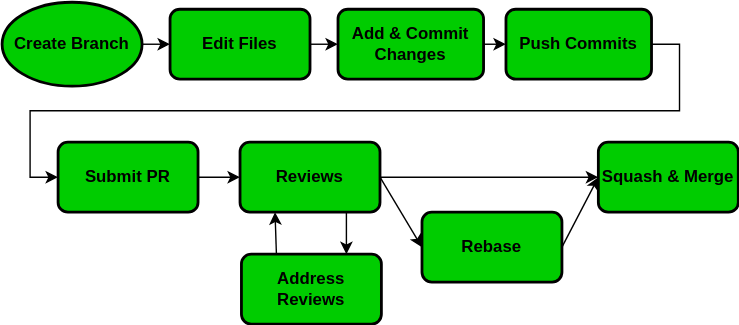
Above: tutorials/git/img/git-process.drawio.svg in YehudaRothstein/excaliburfrc.github.io (draw.io), before the change. Source tidied: cells renumbered, new cells last; positions are measured from the earlier drawing's top-left corner, leaving out a move shared by most shapes.
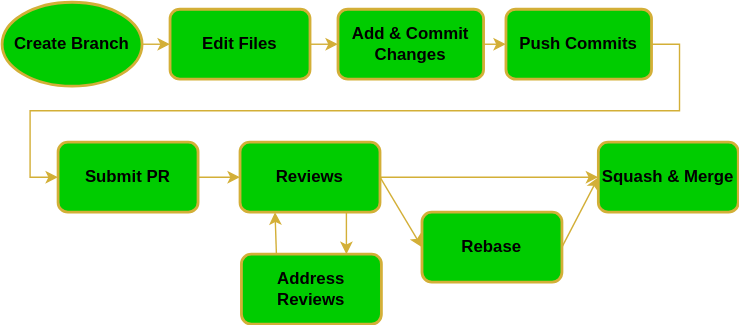
Later version of the same file.

The edit, as a diff of the source:
```diff
@@ -2,61 +2,61 @@
   <root>
     <mxCell id="0" />
     <mxCell id="1" parent="0" />
-    <mxCell id="2" value="&lt;b&gt;Create Branch&lt;/b&gt;" style="strokeWidth=2;html=1;shape=mxgraph.flowchart.start_1;whiteSpace=wrap;fillColor=#00CC00;" parent="1" vertex="1">
+    <mxCell id="2" value="&lt;b&gt;Create Branch&lt;/b&gt;" style="strokeWidth=2;html=1;shape=mxgraph.flowchart.start_1;whiteSpace=wrap;fillColor=#00CC00;strokeColor=#d3af37;" parent="1" vertex="1">
       <mxGeometry width="100" height="60" as="geometry" />
     </mxCell>
-    <mxCell id="3" style="endArrow=classic;html=1;exitX=1;exitY=0.5;exitDx=0;exitDy=0;exitPerimeter=0;entryX=0;entryY=0.5;entryDx=0;entryDy=0;" parent="1" edge="1" source="2" target="4">
+    <mxCell id="3" style="endArrow=classic;html=1;exitX=1;exitY=0.5;exitDx=0;exitDy=0;exitPerimeter=0;entryX=0;entryY=0.5;entryDx=0;entryDy=0;strokeColor=#d3af37;" parent="1" edge="1" source="2" target="4">
       <mxGeometry relative="1" as="geometry" />
     </mxCell>
-    <mxCell id="4" value="&lt;b&gt;Edit Files&lt;/b&gt;" style="rounded=1;whiteSpace=wrap;html=1;absoluteArcSize=1;arcSize=14;strokeWidth=2;fillColor=#00CC00;" parent="1" vertex="1">
+    <mxCell id="4" value="&lt;b&gt;Edit Files&lt;/b&gt;" style="rounded=1;whiteSpace=wrap;html=1;absoluteArcSize=1;arcSize=14;strokeWidth=2;fillColor=#00CC00;strokeColor=#d3af37;" parent="1" vertex="1">
       <mxGeometry x="120" y="5" width="100" height="50" as="geometry" />
     </mxCell>
-    <mxCell id="5" style="endArrow=classic;html=1;entryX=0;entryY=0.5;entryDx=0;entryDy=0;exitX=1;exitY=0.5;exitDx=0;exitDy=0;" parent="1" edge="1" source="4" target="6">
+    <mxCell id="5" style="endArrow=classic;html=1;entryX=0;entryY=0.5;entryDx=0;entryDy=0;exitX=1;exitY=0.5;exitDx=0;exitDy=0;strokeColor=#d3af37;" parent="1" edge="1" source="4" target="6">
       <mxGeometry relative="1" as="geometry" />
     </mxCell>
-    <mxCell id="6" value="&lt;b&gt;Add &amp;amp; Commit Changes&lt;/b&gt;" style="rounded=1;whiteSpace=wrap;html=1;absoluteArcSize=1;arcSize=14;strokeWidth=2;fillColor=#00CC00;" parent="1" vertex="1">
+    <mxCell id="6" value="&lt;b&gt;Add &amp;amp; Commit Changes&lt;/b&gt;" style="rounded=1;whiteSpace=wrap;html=1;absoluteArcSize=1;arcSize=14;strokeWidth=2;fillColor=#00CC00;strokeColor=#d3af37;" parent="1" vertex="1">
       <mxGeometry x="240" y="5" width="104" height="50" as="geometry" />
     </mxCell>
-    <mxCell id="7" style="endArrow=classic;html=1;exitX=1;exitY=0.5;exitDx=0;exitDy=0;entryX=0;entryY=0.5;entryDx=0;entryDy=0;" parent="1" edge="1" source="6" target="9">
+    <mxCell id="7" style="endArrow=classic;html=1;exitX=1;exitY=0.5;exitDx=0;exitDy=0;entryX=0;entryY=0.5;entryDx=0;entryDy=0;strokeColor=#d3af37;" parent="1" edge="1" source="6" target="9">
       <mxGeometry relative="1" as="geometry" />
     </mxCell>
-    <mxCell id="8" style="edgeStyle=orthogonalEdgeStyle;rounded=0;jettySize=auto;html=1;exitX=1;exitY=0.5;exitDx=0;exitDy=0;entryX=0;entryY=0.5;entryDx=0;entryDy=0;" parent="1" edge="1" source="9" target="10">
+    <mxCell id="8" style="edgeStyle=orthogonalEdgeStyle;rounded=0;jettySize=auto;html=1;exitX=1;exitY=0.5;exitDx=0;exitDy=0;entryX=0;entryY=0.5;entryDx=0;entryDy=0;strokeColor=#d3af37;" parent="1" edge="1" source="9" target="10">
       <mxGeometry relative="1" as="geometry" />
     </mxCell>
-    <mxCell id="9" value="&lt;b&gt;Push Commits&lt;/b&gt;" style="rounded=1;whiteSpace=wrap;html=1;absoluteArcSize=1;arcSize=14;strokeWidth=2;fillColor=#00CC00;" parent="1" vertex="1">
+    <mxCell id="9" value="&lt;b&gt;Push Commits&lt;/b&gt;" style="rounded=1;whiteSpace=wrap;html=1;absoluteArcSize=1;arcSize=14;strokeWidth=2;fillColor=#00CC00;strokeColor=#d3af37;" parent="1" vertex="1">
       <mxGeometry x="360" y="5" width="104" height="50" as="geometry" />
     </mxCell>
-    <mxCell id="10" value="&lt;b&gt;Submit PR&lt;/b&gt;" style="rounded=1;whiteSpace=wrap;html=1;absoluteArcSize=1;arcSize=14;strokeWidth=2;fillColor=#00CC00;" parent="1" vertex="1">
+    <mxCell id="10" value="&lt;b&gt;Submit PR&lt;/b&gt;" style="rounded=1;whiteSpace=wrap;html=1;absoluteArcSize=1;arcSize=14;strokeWidth=2;fillColor=#00CC00;strokeColor=#d3af37;" parent="1" vertex="1">
       <mxGeometry x="40" y="100" width="100" height="50" as="geometry" />
     </mxCell>
-    <mxCell id="11" style="endArrow=classic;html=1;entryX=0;entryY=0.5;entryDx=0;entryDy=0;exitX=1;exitY=0.5;exitDx=0;exitDy=0;" parent="1" edge="1" source="10" target="13">
+    <mxCell id="11" style="endArrow=classic;html=1;entryX=0;entryY=0.5;entryDx=0;entryDy=0;exitX=1;exitY=0.5;exitDx=0;exitDy=0;strokeColor=#d3af37;" parent="1" edge="1" source="10" target="13">
       <mxGeometry relative="1" as="geometry" />
     </mxCell>
-    <mxCell id="12" style="edgeStyle=orthogonalEdgeStyle;rounded=0;jettySize=auto;html=1;exitX=0.75;exitY=1;exitDx=0;exitDy=0;entryX=0.75;entryY=0;entryDx=0;entryDy=0;" parent="1" edge="1" source="13" target="15">
+    <mxCell id="12" style="edgeStyle=orthogonalEdgeStyle;rounded=0;jettySize=auto;html=1;exitX=0.75;exitY=1;exitDx=0;exitDy=0;entryX=0.75;entryY=0;entryDx=0;entryDy=0;strokeColor=#d3af37;" parent="1" edge="1" source="13" target="15">
       <mxGeometry relative="1" as="geometry" />
     </mxCell>
-    <mxCell id="13" value="&lt;b&gt;Reviews&lt;/b&gt;" style="rounded=1;whiteSpace=wrap;html=1;absoluteArcSize=1;arcSize=14;strokeWidth=2;fillColor=#00CC00;" parent="1" vertex="1">
+    <mxCell id="13" value="&lt;b&gt;Reviews&lt;/b&gt;" style="rounded=1;whiteSpace=wrap;html=1;absoluteArcSize=1;arcSize=14;strokeWidth=2;fillColor=#00CC00;strokeColor=#d3af37;" parent="1" vertex="1">
       <mxGeometry x="170" y="100" width="100" height="50" as="geometry" />
     </mxCell>
-    <mxCell id="14" style="endArrow=classic;html=1;entryX=0.25;entryY=1;entryDx=0;entryDy=0;exitX=0.25;exitY=0;exitDx=0;exitDy=0;" parent="1" edge="1" source="15" target="13">
+    <mxCell id="14" style="endArrow=classic;html=1;entryX=0.25;entryY=1;entryDx=0;entryDy=0;exitX=0.25;exitY=0;exitDx=0;exitDy=0;strokeColor=#d3af37;" parent="1" edge="1" source="15" target="13">
       <mxGeometry relative="1" as="geometry" />
     </mxCell>
-    <mxCell id="15" value="Address Reviews" style="rounded=1;whiteSpace=wrap;html=1;absoluteArcSize=1;arcSize=14;strokeWidth=2;fillColor=#00CC00;fontStyle=1;" parent="1" vertex="1">
+    <mxCell id="15" value="Address Reviews" style="rounded=1;whiteSpace=wrap;html=1;absoluteArcSize=1;arcSize=14;strokeWidth=2;fillColor=#00CC00;fontStyle=1;strokeColor=#d3af37;" parent="1" vertex="1">
       <mxGeometry x="171" y="180" width="100" height="50" as="geometry" />
     </mxCell>
-    <mxCell id="16" value="&lt;b&gt;Rebase&lt;/b&gt;" style="rounded=1;whiteSpace=wrap;html=1;absoluteArcSize=1;arcSize=14;strokeWidth=2;fillColor=#00CC00;" parent="1" vertex="1">
+    <mxCell id="16" value="&lt;b&gt;Rebase&lt;/b&gt;" style="rounded=1;whiteSpace=wrap;html=1;absoluteArcSize=1;arcSize=14;strokeWidth=2;fillColor=#00CC00;strokeColor=#d3af37;" parent="1" vertex="1">
       <mxGeometry x="300" y="150" width="100" height="50" as="geometry" />
     </mxCell>
-    <mxCell id="17" style="endArrow=classic;html=1;exitX=1;exitY=0.5;exitDx=0;exitDy=0;entryX=0;entryY=0.5;entryDx=0;entryDy=0;" parent="1" edge="1" source="13" target="16">
+    <mxCell id="17" style="endArrow=classic;html=1;exitX=1;exitY=0.5;exitDx=0;exitDy=0;entryX=0;entryY=0.5;entryDx=0;entryDy=0;strokeColor=#d3af37;" parent="1" edge="1" source="13" target="16">
       <mxGeometry relative="1" as="geometry" />
     </mxCell>
-    <mxCell id="18" style="endArrow=classic;html=1;entryX=0;entryY=0.5;entryDx=0;entryDy=0;exitX=1;exitY=0.5;exitDx=0;exitDy=0;" parent="1" edge="1" source="13" target="19">
+    <mxCell id="18" style="endArrow=classic;html=1;entryX=0;entryY=0.5;entryDx=0;entryDy=0;exitX=1;exitY=0.5;exitDx=0;exitDy=0;strokeColor=#d3af37;" parent="1" edge="1" source="13" target="19">
       <mxGeometry relative="1" as="geometry" />
     </mxCell>
-    <mxCell id="19" value="&lt;b&gt;Squash &amp;amp; Merge&lt;/b&gt;" style="rounded=1;whiteSpace=wrap;html=1;absoluteArcSize=1;arcSize=14;strokeWidth=2;fillColor=#00CC00;" parent="1" vertex="1">
+    <mxCell id="19" value="&lt;b&gt;Squash &amp;amp; Merge&lt;/b&gt;" style="rounded=1;whiteSpace=wrap;html=1;absoluteArcSize=1;arcSize=14;strokeWidth=2;fillColor=#00CC00;strokeColor=#d3af37;" parent="1" vertex="1">
       <mxGeometry x="426" y="100" width="100" height="50" as="geometry" />
     </mxCell>
-    <mxCell id="20" style="endArrow=classic;html=1;entryX=0;entryY=0.5;entryDx=0;entryDy=0;exitX=1;exitY=0.5;exitDx=0;exitDy=0;" parent="1" edge="1" source="16" target="19">
+    <mxCell id="20" style="endArrow=classic;html=1;entryX=0;entryY=0.5;entryDx=0;entryDy=0;exitX=1;exitY=0.5;exitDx=0;exitDy=0;strokeColor=#d3af37;" parent="1" edge="1" source="16" target="19">
       <mxGeometry relative="1" as="geometry" />
     </mxCell>
   </root>
```
